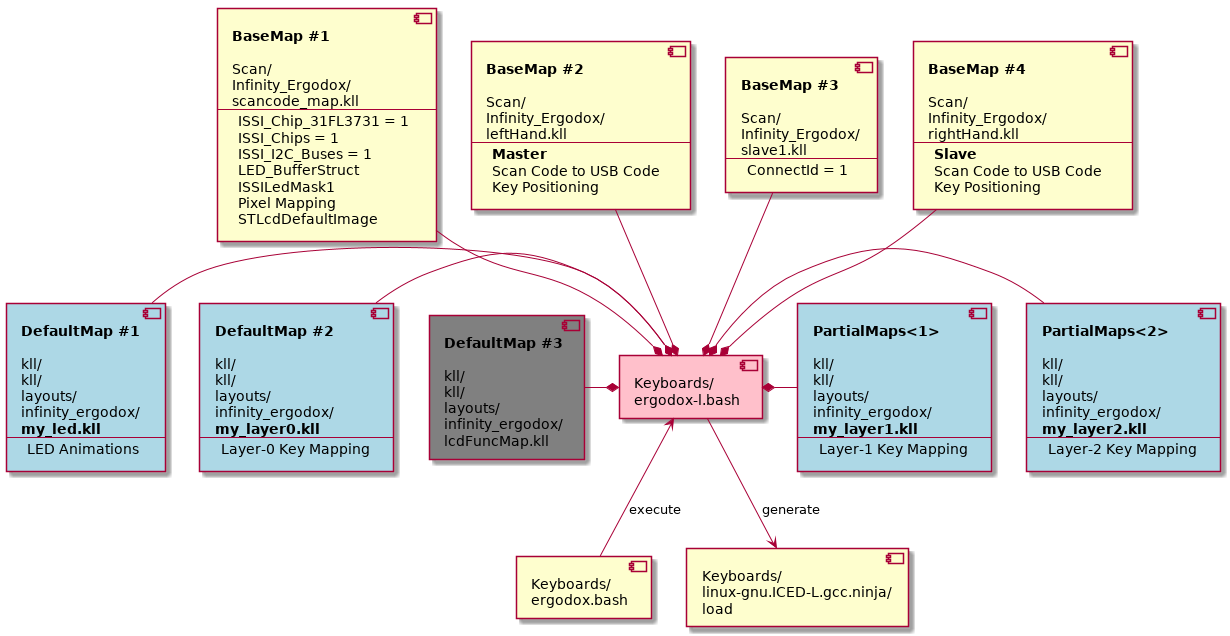
Above: doc/uml/build.png in kluelogic/controller (PlantUML), before the change.
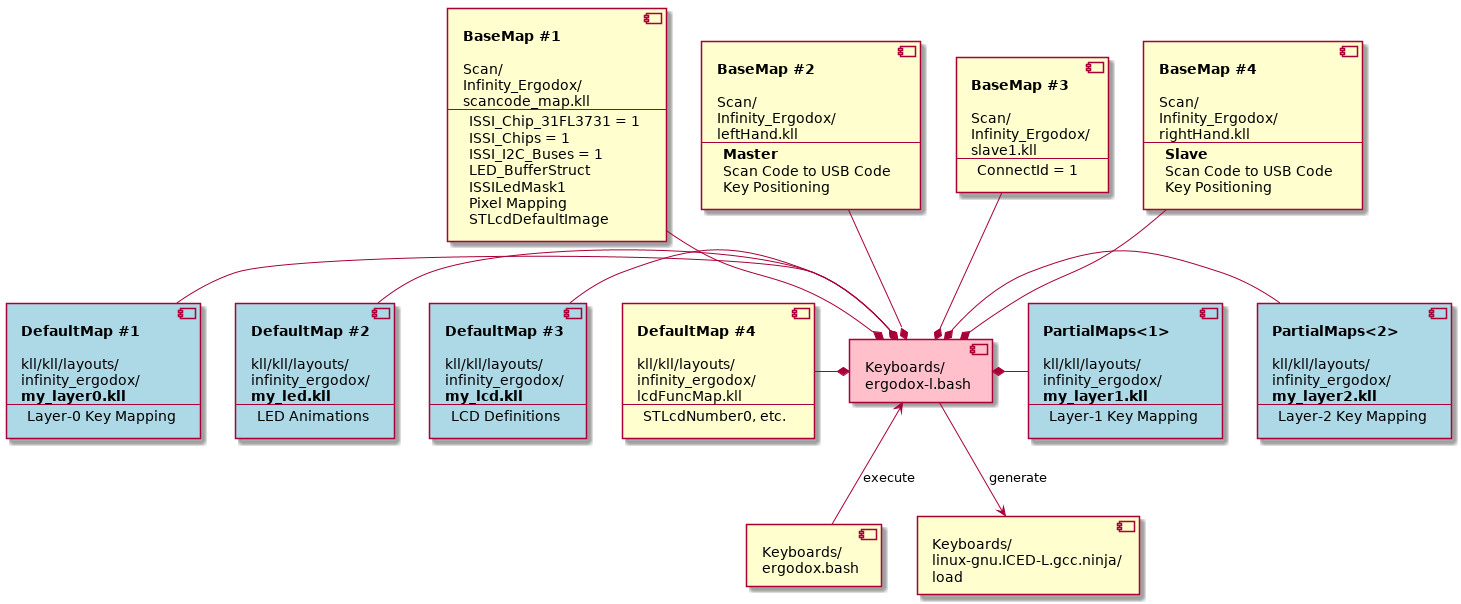
Later version of the same file.

What changed in the source:
```diff
@@ -60,39 +60,45 @@
 Key Positioning
 ]
 
-component all_leds_kll #lightBlue [
+
+component my_layer0_kll #LightBlue [
 <b>DefaultMap #1
 
-kll/
-kll/
-layouts/
+kll/kll/layouts/
+infinity_ergodox/
+<b>my_layer0.kll
+---
+Layer-0 Key Mapping
+]
+
+component all_led_kll #lightBlue [
+<b>DefaultMap #2
+
+kll/kll/layouts/
 infinity_ergodox/
 <b>my_led.kll
 ---
 LED Animations
 ]
 
+component all_lcd_kll #lightBlue [
+<b>DefaultMap #3
 
-component my_layer0_kll #LightBlue [
-<b>DefaultMap #2
-
-kll/
-kll/
-layouts/
+kll/kll/layouts/
 infinity_ergodox/
-<b>my_layer0.kll
+<b>my_lcd.kll
 ---
-Layer-0 Key Mapping
+LCD Definitions
 ]
 
-component lcdFuncMap_kll #Gray [
-<b>DefaultMap #3
+component lcdFuncMap_kll [
+<b>DefaultMap #4
 
-kll/
-kll/
-layouts/
+kll/kll/layouts/
 infinity_ergodox/
 lcdFuncMap.kll
+---
+STLcdNumber0, etc.
 ]
 
 
@@ -100,9 +106,7 @@
 component my_layer1_kll #LightBlue [
 <b>PartialMaps<1>
 
-kll/
-kll/
-layouts/
+kll/kll/layouts/
 infinity_ergodox/
 <b>my_layer1.kll
 ---
@@ -112,9 +116,7 @@
 component my_layer2_kll #LightBlue [
 <b>PartialMaps<2>
 
-kll/
-kll/
-layouts/
+kll/kll/layouts/
 infinity_ergodox/
 <b>my_layer2.kll
 ---
@@ -136,8 +138,9 @@
 leftHand_kll         --* ergodox_l_bash
 slave1_kll           --* ergodox_l_bash
 rightHand_kll        --* ergodox_l_bash
-all_leds_kll          -* ergodox_l_bash
 my_layer0_kll         -* ergodox_l_bash
+all_led_kll           -* ergodox_l_bash
+all_lcd_kll           -* ergodox_l_bash
 lcdFuncMap_kll        -* ergodox_l_bash
 my_layer2_kll    -right-* ergodox_l_bash
 my_layer1_kll    -right-* ergodox_l_bash
```
